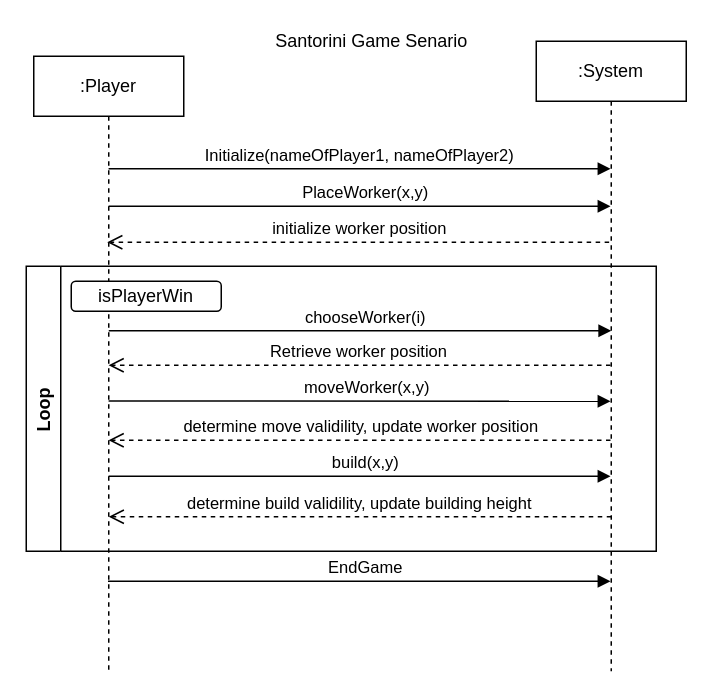
RozayC/test keeps this draw.io diagram as Sequence Diagram.drawio. Above is the earlier version. Source tidied: cells renumbered, new cells numbered last; positions are measured from the earlier drawing's top-left corner, leaving out a move shared by most shapes. Both pictures are drawn from the tidied source at 150%, with x=0, y=0 at pixel (26, 26).
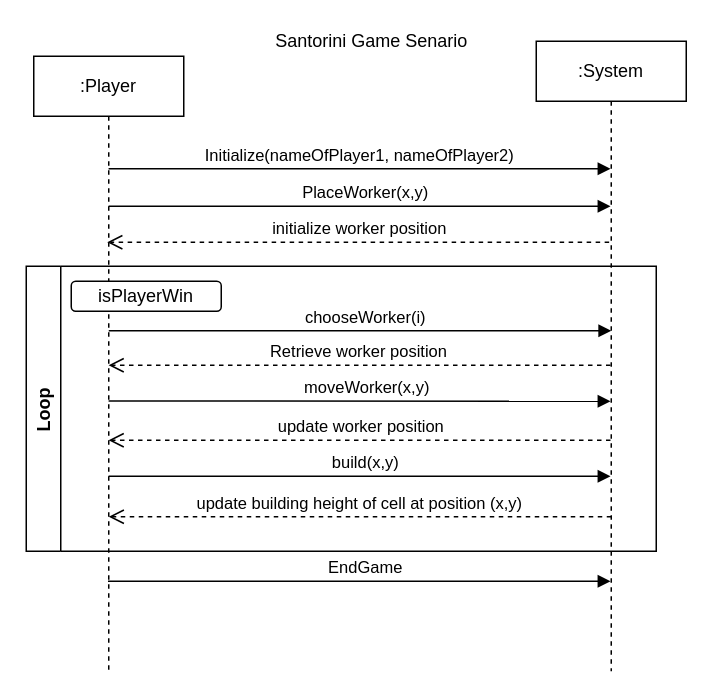
After the change.

Diff of the diagram source:
```diff
@@
-    <mxCell id="5" value="determine move validility, update worker position" style="html=1;verticalAlign=bottom;endArrow=open;dashed=1;endSize=8;edgeStyle=elbowEdgeStyle;elbow=vertical;curved=0;rounded=0;" parent="1" edge="1">
+    <mxCell id="5" value="update worker position" style="html=1;verticalAlign=bottom;endArrow=open;dashed=1;endSize=8;edgeStyle=elbowEdgeStyle;elbow=vertical;curved=0;rounded=0;" parent="1" edge="1">
       <mxGeometry relative="1" as="geometry">
         <mxPoint x="389.5" y="276" as="sourcePoint" />
         <mxPoint x="54.9" y="276" as="targetPoint" />
         <Array as="points">
           <mxPoint x="120" y="276" />
           <mxPoint x="320" y="246" />
           <mxPoint x="110" y="246" />
           <mxPoint x="370" y="219" />
           <mxPoint x="170" y="266" />
           <mxPoint x="235" y="266" />
         </Array>
       </mxGeometry>
     </mxCell>
@@
-    <mxCell id="13" value="determine build validility, update building height" style="html=1;verticalAlign=bottom;endArrow=open;dashed=1;endSize=8;edgeStyle=elbowEdgeStyle;elbow=vertical;curved=0;rounded=0;" parent="1" edge="1">
+    <mxCell id="13" value="update building height of cell at position (x,y)" style="html=1;verticalAlign=bottom;endArrow=open;dashed=1;endSize=8;edgeStyle=elbowEdgeStyle;elbow=vertical;curved=0;rounded=0;" parent="1" edge="1">
       <mxGeometry relative="1" as="geometry">
         <mxPoint x="390" y="327" as="sourcePoint" />
         <mxPoint x="55" y="327" as="targetPoint" />
         <Array as="points">
           <mxPoint x="360" y="327" />
           <mxPoint x="360" y="297" />
           <mxPoint x="370" y="287" />
           <mxPoint x="170" y="334" />
           <mxPoint x="235" y="334" />
         </Array>
       </mxGeometry>
     </mxCell>
```
